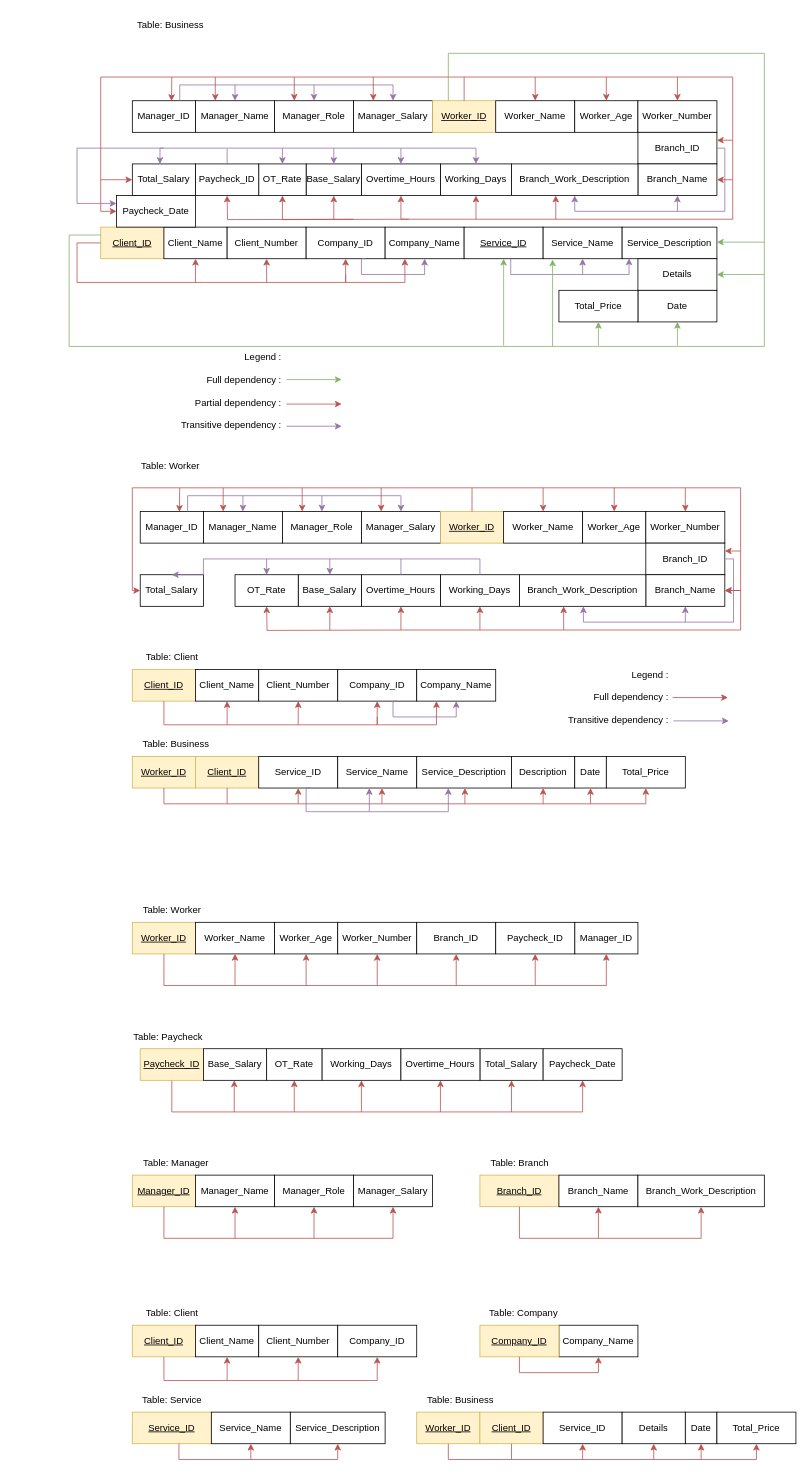
Before: normalizationWIA2001assg.drawio in justn0thinghere/drawio, a draw.io diagram. Source tidied: cells renumbered, new cells numbered last; positions are measured from the earlier drawing's top-left corner, leaving out a move shared by most shapes. Both pictures are drawn from the tidied source at 79%, with x=0, y=0 at pixel (69, 13).
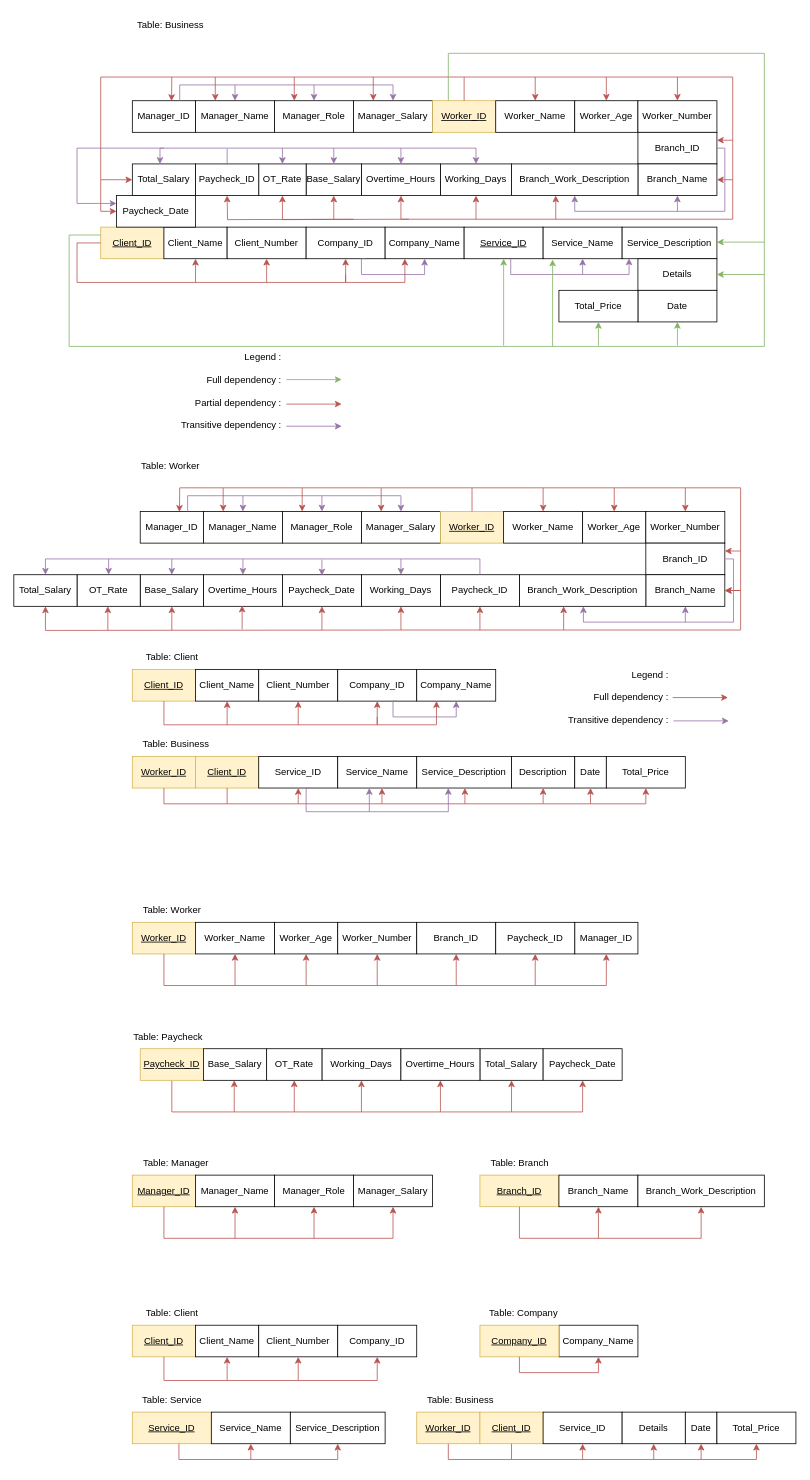
After the change.

Diff of the diagram source:
```diff
@@
-    <mxCell id="87" value="Working_Days" style="rounded=0;whiteSpace=wrap;html=1;" parent="1" vertex="1">
+    <mxCell id="87" value="Paycheck_ID" style="rounded=0;whiteSpace=wrap;html=1;" parent="1" vertex="1">
       <mxGeometry x="470" y="710" width="100" height="40" as="geometry" />
     </mxCell>
     <mxCell id="88" value="Overtime_Hours" style="rounded=0;whiteSpace=wrap;html=1;" parent="1" vertex="1">
-      <mxGeometry x="370" y="710" width="100" height="40" as="geometry" />
+      <mxGeometry x="170" y="710" width="100" height="40" as="geometry" />
     </mxCell>
     <mxCell id="89" value="Base_Salary" style="rounded=0;whiteSpace=wrap;html=1;" parent="1" vertex="1">
-      <mxGeometry x="290" y="710" width="80" height="40" as="geometry" />
+      <mxGeometry x="90" y="710" width="80" height="40" as="geometry" />
     </mxCell>
     <mxCell id="90" value="OT_Rate" style="rounded=0;whiteSpace=wrap;html=1;" parent="1" vertex="1">
-      <mxGeometry x="210" y="710" width="80" height="40" as="geometry" />
+      <mxGeometry x="10" y="710" width="80" height="40" as="geometry" />
     </mxCell>
     <mxCell id="91" value="Total_Salary" style="rounded=0;whiteSpace=wrap;html=1;" parent="1" vertex="1">
-      <mxGeometry x="90" y="710" width="80" height="40" as="geometry" />
+      <mxGeometry x="-70" y="710" width="80" height="40" as="geometry" />
     </mxCell>
@@
     <mxCell id="104" style="endArrow=classic;html=1;rounded=0;entryX=0.5;entryY=0;entryDx=0;entryDy=0;fillColor=#e1d5e7;strokeColor=#9673a6;edgeStyle=orthogonalEdgeStyle;" parent="1" edge="1" target="91">
       <mxGeometry relative="1" as="geometry">
         <mxPoint x="520" y="690" as="sourcePoint" />
         <Array as="points">
-          <mxPoint x="170" y="690" />
+          <mxPoint x="-30" y="690" />
         </Array>
       </mxGeometry>
     </mxCell>
-    <mxCell id="105" style="endArrow=none;html=1;rounded=0;fillColor=#e1d5e7;strokeColor=#9673a6;" parent="1" edge="1" source="88">
+    <mxCell id="105" style="endArrow=none;html=1;rounded=0;fillColor=#e1d5e7;strokeColor=#9673a6;endFill=0;startArrow=classic;startFill=1;" parent="1" edge="1" source="88">
       <mxGeometry relative="1" as="geometry">
-        <mxPoint x="420" y="690" as="targetPoint" />
+        <mxPoint x="220" y="690" as="targetPoint" />
       </mxGeometry>
     </mxCell>
@@
     <mxCell id="107" style="endArrow=classic;html=1;rounded=0;entryX=0.5;entryY=0;entryDx=0;entryDy=0;fillColor=#e1d5e7;strokeColor=#9673a6;" parent="1" edge="1" target="90">
       <mxGeometry relative="1" as="geometry">
-        <mxPoint x="250" y="690" as="sourcePoint" />
+        <mxPoint x="50" y="690" as="sourcePoint" />
       </mxGeometry>
     </mxCell>
     <mxCell id="108" style="endArrow=classic;html=1;rounded=0;entryX=0.5;entryY=0;entryDx=0;entryDy=0;fillColor=#e1d5e7;strokeColor=#9673a6;" parent="1" edge="1" target="89">
       <mxGeometry relative="1" as="geometry">
-        <mxPoint x="330" y="690" as="sourcePoint" />
+        <mxPoint x="130" y="690" as="sourcePoint" />
       </mxGeometry>
     </mxCell>
@@
-    <mxCell id="110" style="endArrow=classic;html=1;rounded=0;entryX=0;entryY=0.5;entryDx=0;entryDy=0;edgeStyle=orthogonalEdgeStyle;fillColor=#f8cecc;strokeColor=#b85450;" parent="1" edge="1" target="91">
-      <mxGeometry relative="1" as="geometry">
-        <mxPoint x="140" y="600" as="sourcePoint" />
-        <Array as="points">
-          <mxPoint x="80" y="600" />
-          <mxPoint x="80" y="730" />
-        </Array>
-      </mxGeometry>
-    </mxCell>
@@
-    <mxCell id="119" style="endArrow=classic;html=1;rounded=0;edgeStyle=orthogonalEdgeStyle;entryX=0.5;entryY=1;entryDx=0;entryDy=0;fillColor=#f8cecc;strokeColor=#b85450;" parent="1" edge="1">
+    <mxCell id="119" style="endArrow=classic;html=1;rounded=0;edgeStyle=orthogonalEdgeStyle;entryX=0.5;entryY=1;entryDx=0;entryDy=0;fillColor=#f8cecc;strokeColor=#b85450;" parent="1" edge="1" target="91">
       <mxGeometry relative="1" as="geometry">
         <mxPoint x="420" y="780" as="sourcePoint" />
-        <mxPoint x="250" y="750" as="targetPoint" />
       </mxGeometry>
     </mxCell>
     <mxCell id="120" style="endArrow=classic;html=1;rounded=0;entryX=0.5;entryY=1;entryDx=0;entryDy=0;fillColor=#f8cecc;strokeColor=#b85450;" parent="1" edge="1">
       <mxGeometry relative="1" as="geometry">
-        <mxPoint x="330" y="780" as="sourcePoint" />
-        <mxPoint x="330" y="750" as="targetPoint" />
+        <mxPoint x="320" y="780" as="sourcePoint" />
+        <mxPoint x="320" y="750" as="targetPoint" />
       </mxGeometry>
     </mxCell>
@@
+    <mxCell id="236" value="Working_Days" style="rounded=0;whiteSpace=wrap;html=1;" parent="1" vertex="1">
+      <mxGeometry x="370" y="710" width="100" height="40" as="geometry" />
+    </mxCell>
+    <mxCell id="237" value="Paycheck_Date" style="rounded=0;whiteSpace=wrap;html=1;" parent="1" vertex="1">
+      <mxGeometry x="270" y="710" width="100" height="40" as="geometry" />
+    </mxCell>
+    <mxCell id="238" style="endArrow=none;html=1;rounded=0;fillColor=#e1d5e7;strokeColor=#9673a6;endFill=0;startArrow=classic;startFill=1;" parent="1" edge="1">
+      <mxGeometry relative="1" as="geometry">
+        <mxPoint x="320" y="711" as="sourcePoint" />
+        <mxPoint x="320" y="691" as="targetPoint" />
+      </mxGeometry>
+    </mxCell>
+    <mxCell id="239" style="endArrow=none;html=1;rounded=0;fillColor=#e1d5e7;strokeColor=#9673a6;endFill=0;startArrow=classic;startFill=1;" parent="1" edge="1">
+      <mxGeometry relative="1" as="geometry">
+        <mxPoint x="420" y="710" as="sourcePoint" />
+        <mxPoint x="420" y="690" as="targetPoint" />
+      </mxGeometry>
+    </mxCell>
+    <mxCell id="240" style="endArrow=classic;html=1;rounded=0;entryX=0.5;entryY=1;entryDx=0;entryDy=0;fillColor=#f8cecc;strokeColor=#b85450;" parent="1" edge="1">
+      <mxGeometry relative="1" as="geometry">
+        <mxPoint x="219" y="779" as="sourcePoint" />
+        <mxPoint x="219" y="749" as="targetPoint" />
+      </mxGeometry>
+    </mxCell>
+    <mxCell id="241" style="endArrow=classic;html=1;rounded=0;entryX=0.5;entryY=1;entryDx=0;entryDy=0;fillColor=#f8cecc;strokeColor=#b85450;" parent="1" edge="1">
+      <mxGeometry relative="1" as="geometry">
+        <mxPoint x="130" y="780" as="sourcePoint" />
+        <mxPoint x="130" y="750" as="targetPoint" />
+      </mxGeometry>
+    </mxCell>
+    <mxCell id="242" style="endArrow=classic;html=1;rounded=0;entryX=0.5;entryY=1;entryDx=0;entryDy=0;fillColor=#f8cecc;strokeColor=#b85450;" parent="1" edge="1">
+      <mxGeometry relative="1" as="geometry">
+        <mxPoint x="49" y="780" as="sourcePoint" />
+        <mxPoint x="49" y="750" as="targetPoint" />
+      </mxGeometry>
+    </mxCell>
```
